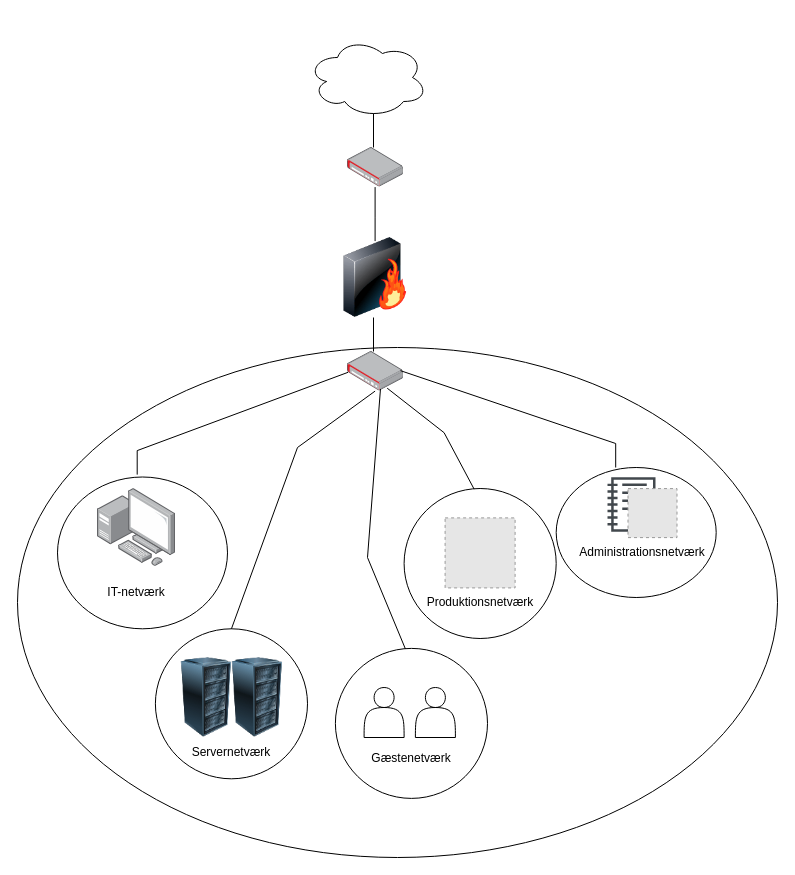
The draw.io diagram Netværksdiagram - case del 1.drawio in Mimsie1998/IT-sikkerhed-1.-semester, before the edit. Source tidied: cells renumbered, new cells numbered last; positions are measured from the earlier drawing's top-left corner, leaving out a move shared by most shapes. Both pictures are drawn from the tidied source at 100%, with x=0, y=0 at pixel (17, 37). Pictures stored in the file or linked from it are replaced by grey dashed boxes.
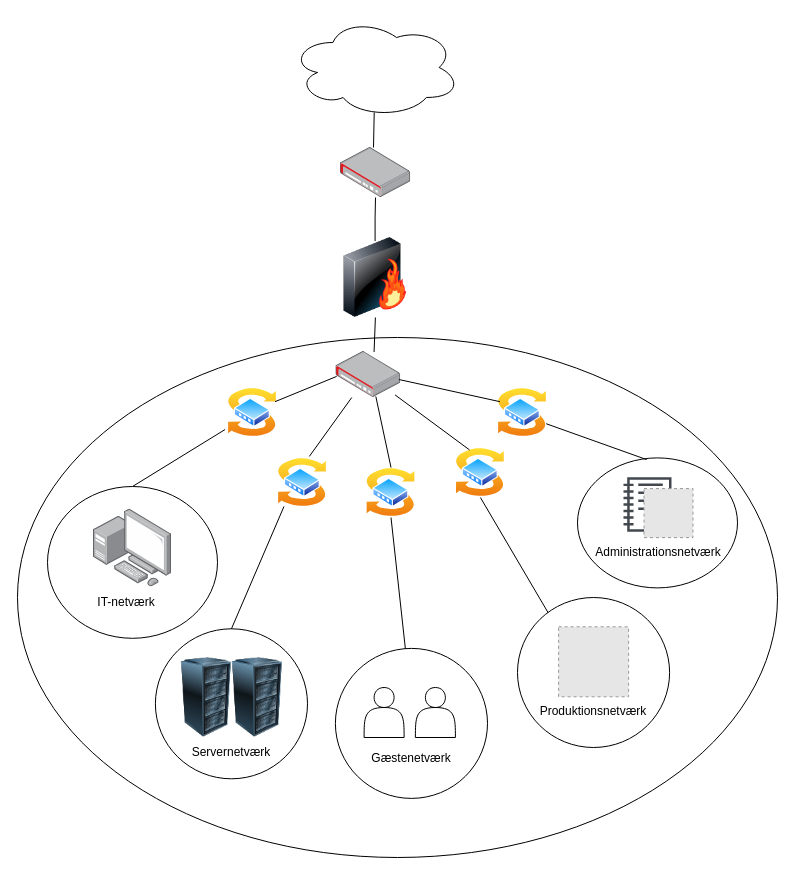
The same diagram, later.

The change refers to these unchanged cells:
```xml
<mxCell id="7" style="ellipse;whiteSpace=wrap;html=1;" parent="1" vertex="1">
  <mxGeometry x="137.9" y="591.3" width="152.1" height="150" as="geometry" />
</mxCell>
<mxCell id="8" style="image;html=1;image=img/lib/clip_art/networking/Firewall-page1_128x128.png;" parent="1" vertex="1">
  <mxGeometry x="317.9" y="200" width="80" height="80" as="geometry" />
</mxCell>
```

Diff of the diagram source:
```diff
@@
     <mxCell id="2" style="ellipse;whiteSpace=wrap;html=1;" parent="1" vertex="1">
-      <mxGeometry y="310" width="760" height="510" as="geometry" />
+      <mxGeometry y="300" width="760" height="520" as="geometry" />
     </mxCell>
     <mxCell id="3" style="ellipse;shape=cloud;whiteSpace=wrap;html=1;" parent="1" vertex="1">
-      <mxGeometry x="290" width="120" height="80" as="geometry" />
+      <mxGeometry x="272.9" y="-20" width="170" height="100" as="geometry" />
     </mxCell>
-    <mxCell id="4" style="endArrow=none;html=1;rounded=0;entryX=0.55;entryY=0.95;entryDx=0;entryDy=0;entryPerimeter=0;" parent="1" edge="1" target="3">
+    <mxCell id="4" style="endArrow=none;html=1;rounded=0;entryX=0.493;entryY=0.95;entryDx=0;entryDy=0;entryPerimeter=0;" parent="1" edge="1" target="3">
       <mxGeometry relative="1" as="geometry">
         <mxPoint x="356" y="110" as="sourcePoint" />
       </mxGeometry>
     </mxCell>
     <mxCell id="5" style="image;html=1;align=center;shadow=0;dashed=0;image=img/lib/allied_telesis/security/Router_VPN.svg;" parent="1" vertex="1">
-      <mxGeometry x="330" y="110" width="55.8" height="39.6" as="geometry" />
+      <mxGeometry x="322.7" y="110" width="70.5" height="50" as="geometry" />
     </mxCell>
-    <mxCell id="6" style="endArrow=none;html=1;rounded=0;entryX=0.55;entryY=0.95;entryDx=0;entryDy=0;entryPerimeter=0;" parent="1" edge="1">
+    <mxCell id="6" style="endArrow=none;html=1;rounded=0;" parent="1" edge="1">
       <mxGeometry relative="1" as="geometry">
         <mxPoint x="357.6" y="203.6" as="sourcePoint" />
-        <mxPoint x="357.6" y="149.6" as="targetPoint" />
+        <mxPoint x="358" y="160" as="targetPoint" />
         <Array as="points">
           <mxPoint x="357.6" y="179.6" />
         </Array>
       </mxGeometry>
     </mxCell>
@@
-    <mxCell id="9" style="endArrow=none;html=1;rounded=0;entryX=0.55;entryY=0.95;entryDx=0;entryDy=0;entryPerimeter=0;" parent="1" edge="1">
-      <mxGeometry relative="1" as="geometry">
-        <mxPoint x="356" y="314" as="sourcePoint" />
-        <mxPoint x="356" y="280" as="targetPoint" />
-      </mxGeometry>
+    <mxCell id="9" style="endArrow=none;html=1;rounded=0;entryX=0.5;entryY=1;entryDx=0;entryDy=0;exitX=0.589;exitY=0.01;exitDx=0;exitDy=0;exitPerimeter=0;" parent="1" edge="1" source="10" target="8">
+      <mxGeometry relative="1" as="geometry" />
     </mxCell>
     <mxCell id="10" style="image;points=[];html=1;align=center;shadow=0;dashed=0;image=img/lib/allied_telesis/security/Router_VPN.svg;" parent="1" vertex="1">
-      <mxGeometry x="330" y="314" width="55.8" height="39.6" as="geometry" />
+      <mxGeometry x="318.4" y="314" width="64.8" height="46" as="geometry" />
     </mxCell>
-    <mxCell id="11" style="endArrow=none;html=1;rounded=0;entryX=0.55;entryY=0.95;entryDx=0;entryDy=0;entryPerimeter=0;exitX=0.5;exitY=0;exitDx=0;exitDy=0;" parent="1" edge="1" source="7">
-      <mxGeometry relative="1" as="geometry">
-        <mxPoint x="357.6" y="353.6" as="targetPoint" />
-        <Array as="points">
-          <mxPoint x="280" y="410" />
-        </Array>
-      </mxGeometry>
+    <mxCell id="11" style="endArrow=none;html=1;rounded=0;entryX=0.13;entryY=0.978;entryDx=0;entryDy=0;exitX=0.5;exitY=0;exitDx=0;exitDy=0;entryPerimeter=0;" parent="1" edge="1" source="7" target="36">
+      <mxGeometry relative="1" as="geometry" />
     </mxCell>
     <mxCell id="12" style="ellipse;whiteSpace=wrap;html=1;" parent="1" vertex="1">
-      <mxGeometry x="538.7" y="430" width="160" height="130" as="geometry" />
+      <mxGeometry x="560" y="420.4" width="160" height="130" as="geometry" />
     </mxCell>
-    <mxCell id="13" style="endArrow=none;html=1;rounded=0;entryX=0.95;entryY=0.484;entryDx=0;entryDy=0;entryPerimeter=0;" parent="1" edge="1" target="10">
-      <mxGeometry relative="1" as="geometry">
-        <mxPoint x="598.2" y="430" as="sourcePoint" />
-        <Array as="points">
-          <mxPoint x="598.2" y="406" />
-        </Array>
-      </mxGeometry>
+    <mxCell id="13" style="endArrow=none;html=1;rounded=0;entryX=1;entryY=0.75;entryDx=0;entryDy=0;exitX=0.432;exitY=0.013;exitDx=0;exitDy=0;exitPerimeter=0;" parent="1" edge="1" source="12" target="43">
+      <mxGeometry relative="1" as="geometry" />
     </mxCell>
-    <mxCell id="14" style="ellipse;whiteSpace=wrap;html=1;" parent="1" vertex="1">
-      <mxGeometry x="40" y="439.5" width="170" height="151.8" as="geometry" />
-    </mxCell>
-    <mxCell id="15" style="endArrow=none;html=1;rounded=0;entryX=0.009;entryY=0.526;entryDx=0;entryDy=0;entryPerimeter=0;" parent="1" edge="1" target="10">
-      <mxGeometry relative="1" as="geometry">
-        <mxPoint x="119.7" y="437.1" as="sourcePoint" />
-        <Array as="points">
-          <mxPoint x="119.7" y="413.1" />
-        </Array>
-      </mxGeometry>
+    <mxCell id="15" style="endArrow=none;html=1;rounded=0;entryX=-0.048;entryY=0.84;entryDx=0;entryDy=0;exitX=0.5;exitY=0;exitDx=0;exitDy=0;entryPerimeter=0;" parent="1" edge="1" source="14" target="34">
+      <mxGeometry relative="1" as="geometry" />
     </mxCell>
-    <mxCell id="16" style="ellipse;whiteSpace=wrap;html=1;" parent="1" vertex="1">
-      <mxGeometry x="386.6" y="451" width="152.1" height="150" as="geometry" />
-    </mxCell>
-    <mxCell id="17" style="endArrow=none;html=1;rounded=0;entryX=0.711;entryY=0.926;entryDx=0;entryDy=0;entryPerimeter=0;" parent="1" edge="1" target="10">
-      <mxGeometry relative="1" as="geometry">
-        <mxPoint x="456.6" y="451.6" as="sourcePoint" />
-        <Array as="points">
-          <mxPoint x="426.6" y="395.2" />
-        </Array>
-      </mxGeometry>
+    <mxCell id="17" style="endArrow=none;html=1;rounded=0;exitX=0.207;exitY=0.111;exitDx=0;exitDy=0;exitPerimeter=0;entryX=0.5;entryY=1;entryDx=0;entryDy=0;" parent="1" edge="1" source="16" target="41">
+      <mxGeometry relative="1" as="geometry" />
     </mxCell>
@@
-    <mxCell id="19" style="endArrow=none;html=1;rounded=0;entryX=0.591;entryY=0.947;entryDx=0;entryDy=0;entryPerimeter=0;" parent="1" edge="1" target="10">
+    <mxCell id="19" style="endArrow=none;html=1;rounded=0;entryX=0.5;entryY=1;entryDx=0;entryDy=0;" parent="1" edge="1" target="38">
       <mxGeometry relative="1" as="geometry">
         <mxPoint x="387.9" y="611.4" as="sourcePoint" />
-        <Array as="points">
-          <mxPoint x="350" y="520" />
-        </Array>
       </mxGeometry>
     </mxCell>
@@
-    <mxCell id="25" style="image;html=1;align=center;shadow=0;dashed=0;image=img/lib/allied_telesis/computer_and_terminals/Personal_Computer_with_Server.svg;" parent="1" vertex="1">
-      <mxGeometry x="80" y="451" width="78" height="78" as="geometry" />
-    </mxCell>
-    <mxCell id="26" style="fillColor=#E6E6E6;strokeColor=#999999;dashed=1;html=1;verticalAlign=top;verticalLabelPosition=bottom;labelBackgroundColor=#ffffff;" parent="1" vertex="1">
-      <mxGeometry x="427.6" y="480.4" width="70" height="70" as="geometry" />
-    </mxCell>
     <mxCell id="27" style="group;" parent="1" vertex="1">
-      <mxGeometry x="590" y="439.5" width="69.5" height="60.6" as="geometry" />
+      <mxGeometry x="606" y="439.5" width="69.5" height="60.6" as="geometry" />
     </mxCell>
@@
+    <mxCell id="33" value="&lt;div&gt;Administrationsnetværk&lt;/div&gt;" style="text;html=1;whiteSpace=wrap;strokeColor=none;fillColor=none;align=center;verticalAlign=middle;rounded=0;" parent="1" vertex="1">
+      <mxGeometry x="610.8" y="500.4" width="60" height="30" as="geometry" />
+    </mxCell>
+    <mxCell id="34" style="image;perimeter=ellipsePerimeter;html=1;align=center;shadow=0;dashed=0;spacingTop=3;image=img/lib/active_directory/switch.svg;" parent="1" vertex="1">
+      <mxGeometry x="210" y="350" width="50" height="50" as="geometry" />
+    </mxCell>
+    <mxCell id="35" style="endArrow=none;html=1;rounded=0;entryX=0.011;entryY=0.542;entryDx=0;entryDy=0;exitX=1;exitY=0.25;exitDx=0;exitDy=0;entryPerimeter=0;" parent="1" edge="1" source="34" target="10">
+      <mxGeometry relative="1" as="geometry" />
+    </mxCell>
+    <mxCell id="36" style="image;perimeter=ellipsePerimeter;html=1;align=center;shadow=0;dashed=0;spacingTop=3;image=img/lib/active_directory/switch.svg;" parent="1" vertex="1">
+      <mxGeometry x="260" y="420" width="50" height="50" as="geometry" />
+    </mxCell>
+    <mxCell id="37" style="endArrow=none;html=1;rounded=0;exitX=0.637;exitY=-0.022;exitDx=0;exitDy=0;exitPerimeter=0;" parent="1" edge="1" source="36" target="10">
+      <mxGeometry relative="1" as="geometry" />
+    </mxCell>
+    <mxCell id="38" style="image;perimeter=ellipsePerimeter;html=1;align=center;shadow=0;dashed=0;spacingTop=3;image=img/lib/active_directory/switch.svg;" parent="1" vertex="1">
+      <mxGeometry x="348.5" y="430" width="50" height="50" as="geometry" />
+    </mxCell>
+    <mxCell id="39" style="endArrow=none;html=1;rounded=0;entryX=0.616;entryY=0.977;entryDx=0;entryDy=0;exitX=0.5;exitY=0;exitDx=0;exitDy=0;entryPerimeter=0;" parent="1" edge="1" source="38" target="10">
+      <mxGeometry relative="1" as="geometry" />
+    </mxCell>
+    <mxCell id="40" style="group;" parent="1" vertex="1">
+      <mxGeometry x="500" y="560" width="152.1" height="150" as="geometry" />
+    </mxCell>
+    <mxCell id="16" style="ellipse;whiteSpace=wrap;html=1;" parent="40" vertex="1">
+      <mxGeometry width="152.1" height="150" as="geometry" />
+    </mxCell>
+    <mxCell id="26" style="fillColor=#E6E6E6;strokeColor=#999999;dashed=1;html=1;verticalAlign=top;verticalLabelPosition=bottom;labelBackgroundColor=#ffffff;" parent="40" vertex="1">
+      <mxGeometry x="41.1" y="29.3" width="70" height="70" as="geometry" />
+    </mxCell>
+    <mxCell id="32" value="&lt;div&gt;Produktionsnetværk&lt;/div&gt;" style="text;html=1;whiteSpace=wrap;strokeColor=none;fillColor=none;align=center;verticalAlign=middle;rounded=0;" parent="40" vertex="1">
+      <mxGeometry x="46.1" y="99.3" width="60" height="30" as="geometry" />
+    </mxCell>
+    <mxCell id="41" style="image;perimeter=ellipsePerimeter;html=1;align=center;shadow=0;dashed=0;spacingTop=3;image=img/lib/active_directory/switch.svg;" parent="1" vertex="1">
+      <mxGeometry x="437.9" y="410" width="50" height="50" as="geometry" />
+    </mxCell>
+    <mxCell id="42" style="endArrow=none;html=1;rounded=0;entryX=0.913;entryY=0.943;entryDx=0;entryDy=0;exitX=0.25;exitY=0;exitDx=0;exitDy=0;entryPerimeter=0;" parent="1" edge="1" source="41" target="10">
+      <mxGeometry relative="1" as="geometry" />
+    </mxCell>
+    <mxCell id="43" style="image;perimeter=ellipsePerimeter;html=1;align=center;shadow=0;dashed=0;spacingTop=3;image=img/lib/active_directory/switch.svg;" parent="1" vertex="1">
+      <mxGeometry x="480" y="350" width="50" height="50" as="geometry" />
+    </mxCell>
+    <mxCell id="44" style="endArrow=none;html=1;rounded=0;exitX=0;exitY=0.25;exitDx=0;exitDy=0;entryX=0.972;entryY=0.609;entryDx=0;entryDy=0;entryPerimeter=0;" parent="1" edge="1" source="43" target="10">
+      <mxGeometry relative="1" as="geometry" />
+    </mxCell>
+    <mxCell id="45" style="group;" parent="1" vertex="1">
+      <mxGeometry x="30" y="449" width="170" height="151.8" as="geometry" />
+    </mxCell>
+    <mxCell id="14" style="ellipse;whiteSpace=wrap;html=1;" parent="45" vertex="1">
+      <mxGeometry width="170" height="151.8" as="geometry" />
+    </mxCell>
+    <mxCell id="25" style="image;html=1;align=center;shadow=0;dashed=0;image=img/lib/allied_telesis/computer_and_terminals/Personal_Computer_with_Server.svg;" parent="45" vertex="1">
+      <mxGeometry x="46" y="22.5" width="78" height="78" as="geometry" />
+    </mxCell>
-    <mxCell id="31" value="&lt;div&gt;IT-netværk&lt;/div&gt;" style="text;html=1;whiteSpace=wrap;strokeColor=none;fillColor=none;align=center;verticalAlign=middle;rounded=0;" parent="1" vertex="1">
-      <mxGeometry x="89" y="540" width="60" height="30" as="geometry" />
+    <mxCell id="31" value="&lt;div&gt;IT-netværk&lt;/div&gt;" style="text;html=1;whiteSpace=wrap;strokeColor=none;fillColor=none;align=center;verticalAlign=middle;rounded=0;" parent="45" vertex="1">
+      <mxGeometry x="49" y="100.5" width="60" height="30" as="geometry" />
     </mxCell>
-    <mxCell id="32" value="&lt;div&gt;Produktionsnetværk&lt;/div&gt;" style="text;html=1;whiteSpace=wrap;strokeColor=none;fillColor=none;align=center;verticalAlign=middle;rounded=0;" parent="1" vertex="1">
-      <mxGeometry x="432.6" y="550.4" width="60" height="30" as="geometry" />
-    </mxCell>
-    <mxCell id="33" value="&lt;div&gt;Administrationsnetværk&lt;/div&gt;" style="text;html=1;whiteSpace=wrap;strokeColor=none;fillColor=none;align=center;verticalAlign=middle;rounded=0;" parent="1" vertex="1">
-      <mxGeometry x="594.8" y="500.4" width="60" height="30" as="geometry" />
-    </mxCell>
```
